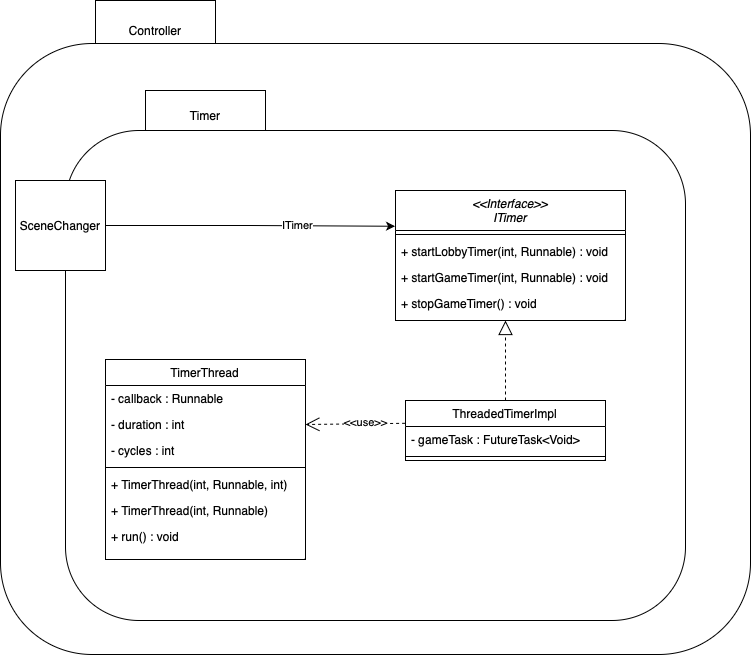
Above: doku-game/Timer-ClassDiagramm.drawio.png in PrismFox/tron-game (draw.io), before the change. Source tidied: cells renumbered, new cells last; positions are measured from the earlier drawing's top-left corner, leaving out a move shared by most shapes.
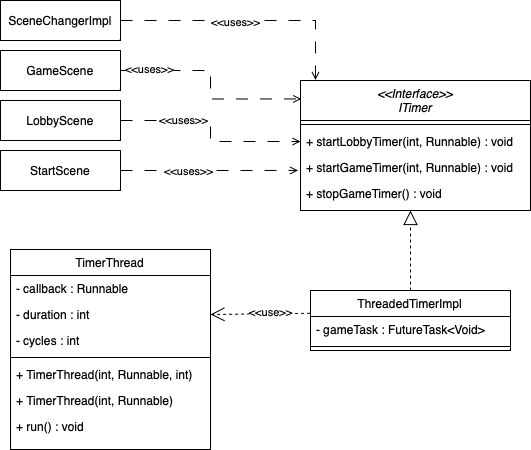
Above is the later version.

Change to the diagram source:
```diff
@@ -2,18 +2,6 @@
   <root>
     <mxCell id="0" />
     <mxCell id="1" parent="0" />
-    <mxCell id="2" value="Controller" style="rounded=0;whiteSpace=wrap;html=1;" parent="1" vertex="1">
-      <mxGeometry x="95" width="120" height="60" as="geometry" />
-    </mxCell>
-    <mxCell id="3" style="rounded=1;whiteSpace=wrap;html=1;" parent="1" vertex="1">
-      <mxGeometry y="43" width="750" height="611" as="geometry" />
-    </mxCell>
-    <mxCell id="4" value="Timer" style="rounded=0;whiteSpace=wrap;html=1;" parent="1" vertex="1">
-      <mxGeometry x="145" y="90" width="120" height="50" as="geometry" />
-    </mxCell>
-    <mxCell id="5" style="rounded=1;whiteSpace=wrap;html=1;" parent="1" vertex="1">
-      <mxGeometry x="65" y="130" width="620" height="490" as="geometry" />
-    </mxCell>
     <mxCell id="6" value="&lt;&lt;Interface&gt;&gt;&#10;ITimer&#10;" style="swimlane;fontStyle=2;align=center;verticalAlign=top;horizontal=1;startSize=40;rounded=0;shadow=0;strokeWidth=1;" parent="1" vertex="1">
       <mxGeometry x="395" y="190" width="230" height="130" as="geometry" />
     </mxCell>
@@ -70,14 +58,43 @@
     <mxCell id="23" value="&amp;lt;&amp;lt;use&amp;gt;&amp;gt;" style="endArrow=open;endSize=12;dashed=1;html=1;rounded=0;entryX=1;entryY=0.5;entryDx=0;entryDy=0;exitX=-0.002;exitY=0.38;exitDx=0;exitDy=0;exitPerimeter=0;" parent="1" edge="1" source="19" target="13">
       <mxGeometry x="-0.21" y="-1" relative="1" as="geometry" />
     </mxCell>
-    <mxCell id="24" style="edgeStyle=orthogonalEdgeStyle;rounded=0;jettySize=auto;html=1;entryX=-0.002;entryY=0.275;entryDx=0;entryDy=0;entryPerimeter=0;" parent="1" edge="1" source="26" target="6">
-      <mxGeometry relative="1" as="geometry" />
-    </mxCell>
-    <mxCell id="25" value="ITimer" style="edgeLabel;html=1;align=center;verticalAlign=middle;" parent="24" vertex="1">
-      <mxGeometry x="0.32" y="1" relative="1" as="geometry" />
-    </mxCell>
-    <mxCell id="26" value="SceneChanger" style="whiteSpace=wrap;html=1;" parent="1" vertex="1">
-      <mxGeometry x="15" y="180" width="90" height="90" as="geometry" />
-    </mxCell>
+    <mxCell id="27" style="edgeStyle=orthogonalEdgeStyle;rounded=0;jettySize=auto;html=1;entryX=0.065;entryY=-0.004;entryDx=0;entryDy=0;entryPerimeter=0;dashed=1;dashPattern=12 12;endArrow=open;endFill=0;" parent="1" edge="1" source="29" target="6">
+      <mxGeometry relative="1" as="geometry" />
+    </mxCell>
+    <mxCell id="28" value="&amp;lt;&amp;lt;uses&amp;gt;&amp;gt;" style="edgeLabel;html=1;align=center;verticalAlign=middle;" parent="27" vertex="1">
+      <mxGeometry x="-0.1" y="-1" relative="1" as="geometry" />
+    </mxCell>
+    <mxCell id="29" value="SceneChangerImpl" style="rounded=0;whiteSpace=wrap;html=1;" parent="1" vertex="1">
+      <mxGeometry x="95" y="110" width="120" height="40" as="geometry" />
+    </mxCell>
+    <mxCell id="30" style="edgeStyle=orthogonalEdgeStyle;rounded=0;jettySize=auto;html=1;entryX=-0.011;entryY=0.612;entryDx=0;entryDy=0;entryPerimeter=0;dashed=1;dashPattern=12 12;endArrow=open;endFill=0;" parent="1" edge="1" source="32" target="9">
+      <mxGeometry relative="1" as="geometry" />
+    </mxCell>
+    <mxCell id="31" value="&amp;lt;&amp;lt;uses&amp;gt;&amp;gt;" style="edgeLabel;html=1;align=center;verticalAlign=middle;" parent="30" vertex="1">
+      <mxGeometry x="-0.25" relative="1" as="geometry">
+        <mxPoint x="1" as="offset" />
+      </mxGeometry>
+    </mxCell>
+    <mxCell id="32" value="StartScene" style="rounded=0;whiteSpace=wrap;html=1;" parent="1" vertex="1">
+      <mxGeometry x="95" y="260" width="120" height="40" as="geometry" />
+    </mxCell>
+    <mxCell id="33" style="edgeStyle=orthogonalEdgeStyle;rounded=0;jettySize=auto;html=1;entryX=0;entryY=0.5;entryDx=0;entryDy=0;dashed=1;dashPattern=12 12;endArrow=open;endFill=0;" parent="1" edge="1" source="35" target="8">
+      <mxGeometry relative="1" as="geometry" />
+    </mxCell>
+    <mxCell id="34" value="&amp;lt;&amp;lt;uses&amp;gt;&amp;gt;" style="edgeLabel;html=1;align=center;verticalAlign=middle;" parent="33" vertex="1">
+      <mxGeometry x="-0.39" y="1" relative="1" as="geometry" />
+    </mxCell>
+    <mxCell id="35" value="LobbyScene" style="rounded=0;whiteSpace=wrap;html=1;" parent="1" vertex="1">
+      <mxGeometry x="95" y="210" width="120" height="40" as="geometry" />
+    </mxCell>
+    <mxCell id="36" style="edgeStyle=orthogonalEdgeStyle;rounded=0;jettySize=auto;html=1;entryX=0.003;entryY=0.142;entryDx=0;entryDy=0;entryPerimeter=0;dashed=1;dashPattern=12 12;endArrow=open;endFill=0;" parent="1" edge="1" source="38" target="6">
+      <mxGeometry relative="1" as="geometry" />
+    </mxCell>
+    <mxCell id="37" value="&amp;lt;&amp;lt;uses&amp;gt;&amp;gt;" style="edgeLabel;html=1;align=center;verticalAlign=middle;" parent="36" vertex="1">
+      <mxGeometry x="-0.73" y="2" relative="1" as="geometry" />
+    </mxCell>
+    <mxCell id="38" value="GameScene" style="rounded=0;whiteSpace=wrap;html=1;" parent="1" vertex="1">
+      <mxGeometry x="95" y="160" width="120" height="40" as="geometry" />
+    </mxCell>
   </root>
 </mxGraphModel>
```
